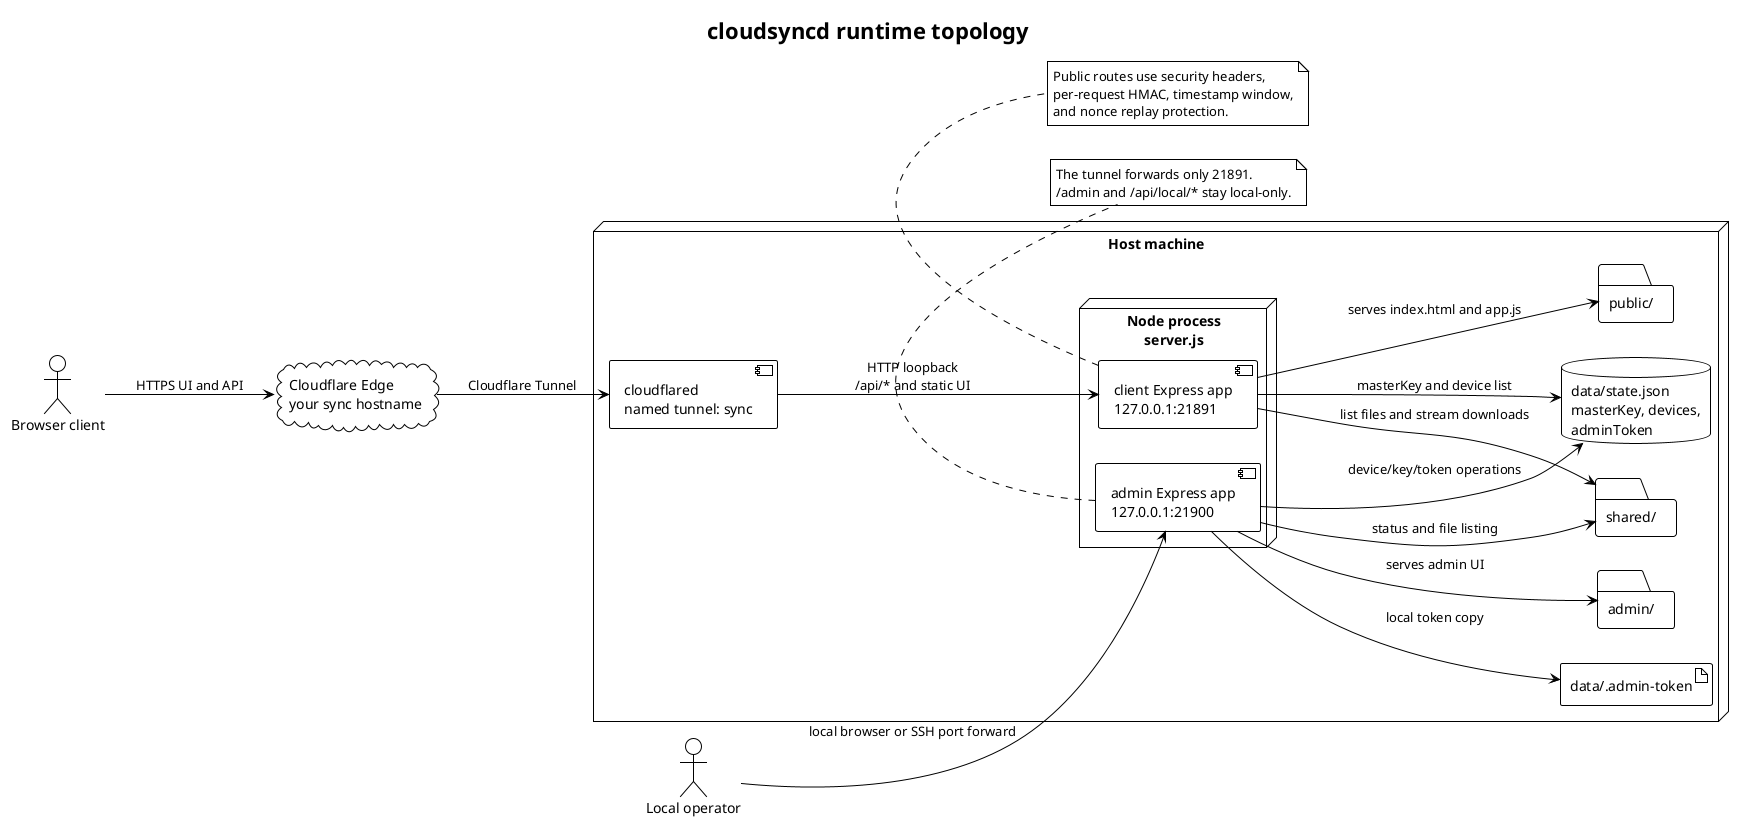
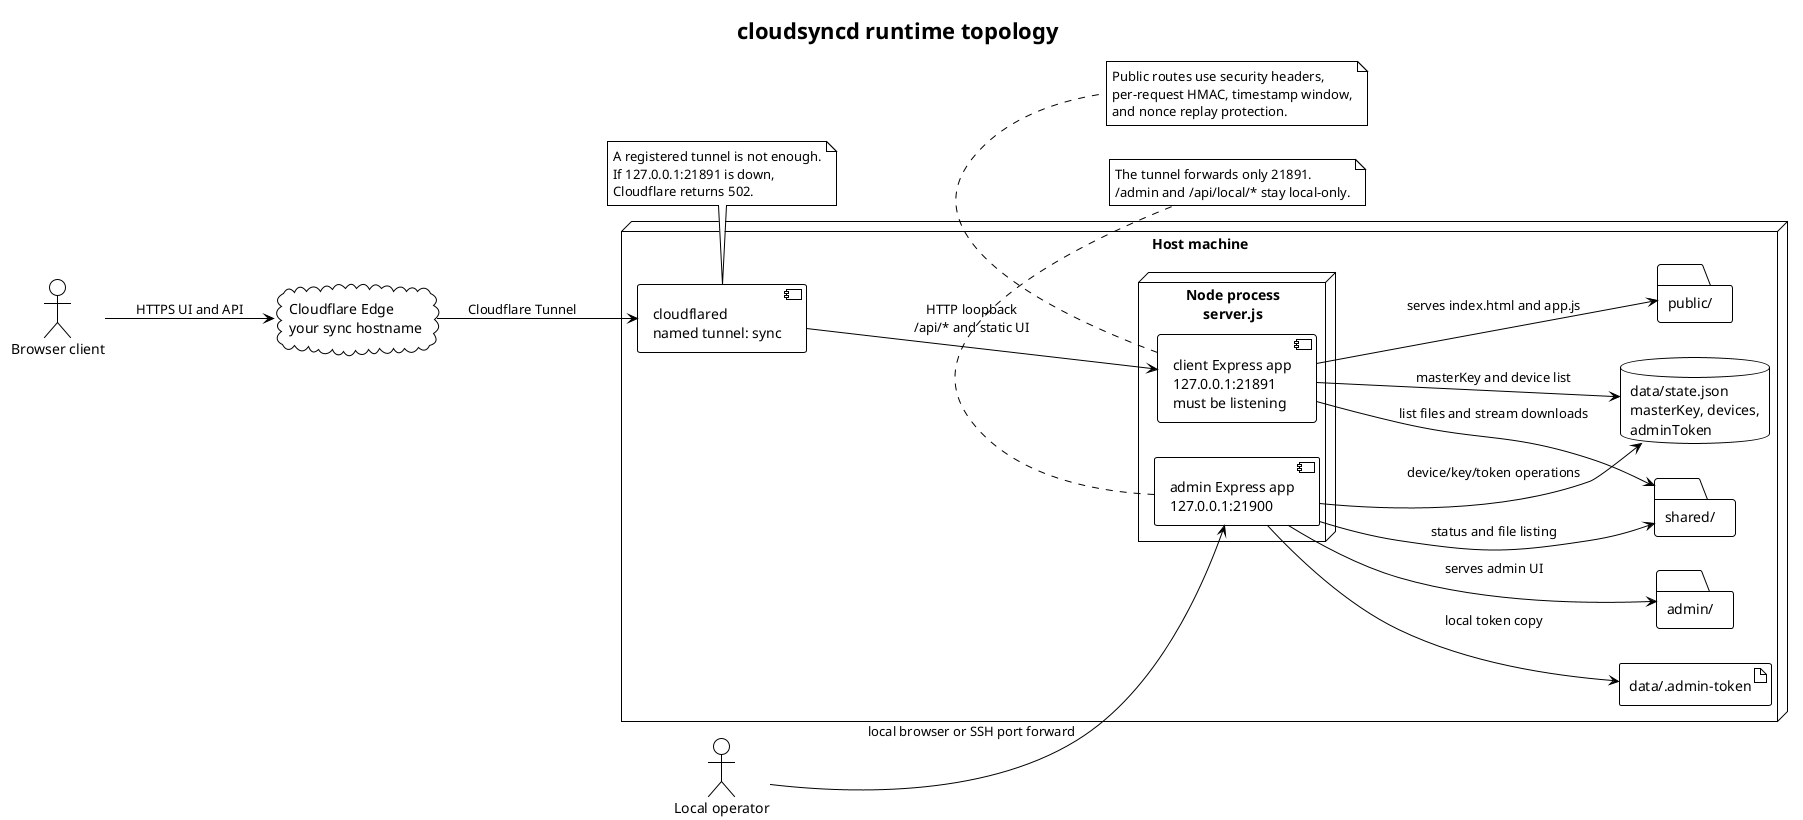
@startuml
!theme plain
left to right direction

title cloudsyncd runtime topology

actor "Browser client" as Browser
actor "Local operator" as Operator
cloud "Cloudflare Edge\nyour sync hostname" as Edge

node "Host machine" as Host {
  component "cloudflared\nnamed tunnel: sync" as Tunnel

  node "Node process\nserver.js" as Node {
-     component "client Express app\n127.0.0.1:21891" as ClientApp
+     component "client Express app\n127.0.0.1:21891\nmust be listening" as ClientApp
    component "admin Express app\n127.0.0.1:21900" as AdminApp
  }

  folder "public/" as PublicDir
  folder "admin/" as AdminDir
  folder "shared/" as SharedDir
  database "data/state.json\nmasterKey, devices,\nadminToken" as State
  artifact "data/.admin-token" as TokenFile
}

Browser --> Edge : HTTPS UI and API
Edge --> Tunnel : Cloudflare Tunnel
Tunnel --> ClientApp : HTTP loopback\n/api/* and static UI

ClientApp --> PublicDir : serves index.html and app.js
ClientApp --> SharedDir : list files and stream downloads
ClientApp --> State : masterKey and device list

Operator --> AdminApp : local browser or SSH port forward
AdminApp --> AdminDir : serves admin UI
AdminApp --> State : device/key/token operations
AdminApp --> SharedDir : status and file listing
AdminApp --> TokenFile : local token copy

note bottom of AdminApp
  The tunnel forwards only 21891.
  /admin and /api/local/* stay local-only.
end note

note bottom of ClientApp
  Public routes use security headers,
  per-request HMAC, timestamp window,
  and nonce replay protection.
end note

+ note bottom of Tunnel
+   A registered tunnel is not enough.
+   If 127.0.0.1:21891 is down,
+   Cloudflare returns 502.
+ end note
+ 
@enduml
